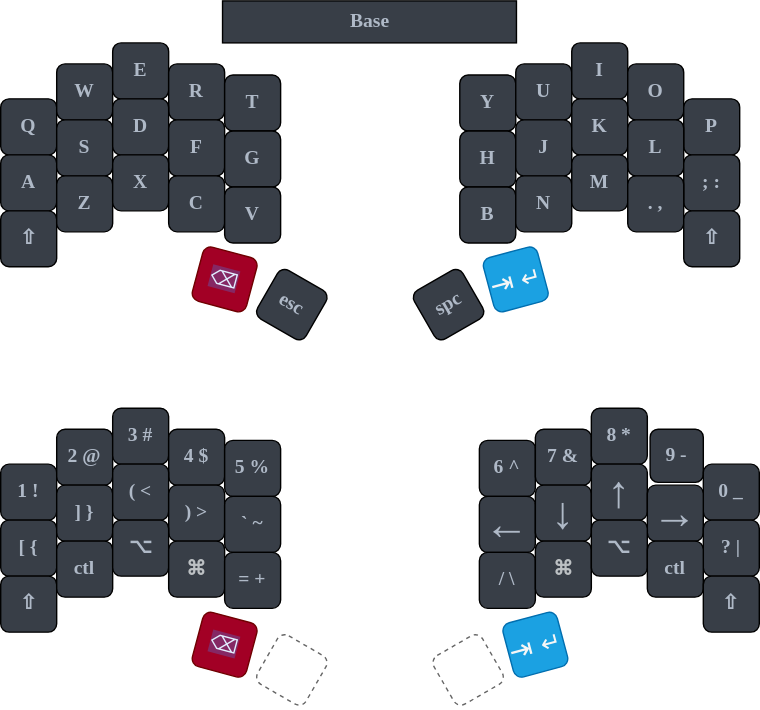
This is keyboard_map.drawio.svg from jakdept/zmk-sweep, a draw.io export, as it was before one commit. Source tidied: cells renumbered, new cells last; positions are measured from the earlier drawing's top-left corner, leaving out a move shared by most shapes.
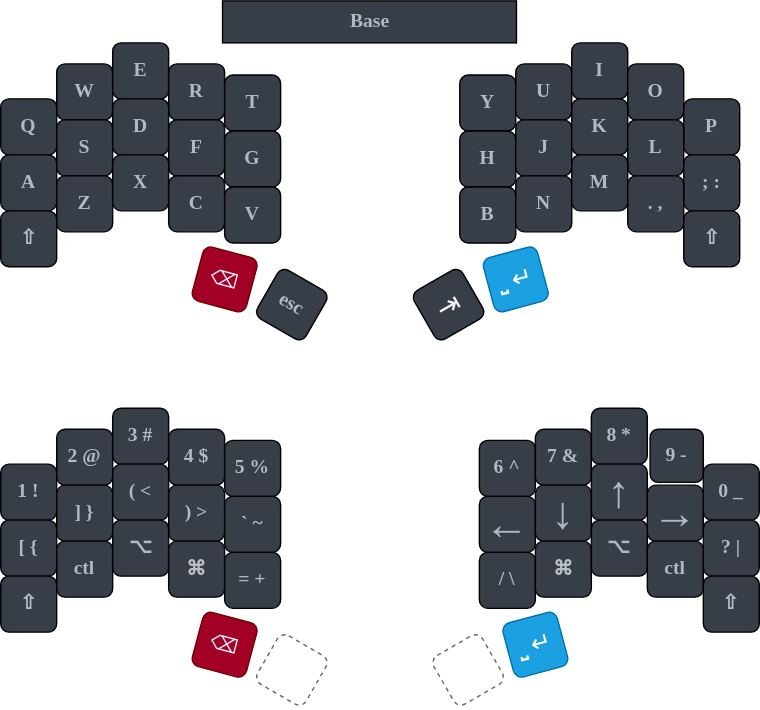
After the change.

Commit message:
switched space and tab

The edit, as a diff of the source:
```diff
@@ -47,7 +47,7 @@
     <mxCell id="16" value="V" style="whiteSpace=wrap;html=1;fontSize=14;fontFamily=Verdana;fontStyle=1;fontColor=#AFB9C7;fillColor=#383E47;rounded=1;" parent="1" vertex="1">
       <mxGeometry x="160" y="133" width="40" height="40" as="geometry" />
     </mxCell>
-    <mxCell id="17" value="&lt;span style=&quot;background-color: rgba(66, 133, 244, 0.3); color: rgb(226, 238, 255); font-weight: 500; font-family: &amp;quot;Google Sans&amp;quot;, arial, sans-serif; font-size: 14px; text-align: left;&quot;&gt;⌫&lt;/span&gt;" style="whiteSpace=wrap;html=1;rotation=15;fontSize=14;fontFamily=Verdana;fontStyle=1;fillColor=#a20025;strokeColor=#6F0000;fontColor=#ffffff;rounded=1;" parent="1" vertex="1">
+    <mxCell id="17" value="&lt;span style=&quot;color: rgb(226, 238, 255); font-weight: 500; font-family: &amp;quot;Google Sans&amp;quot;, arial, sans-serif; font-size: 14px; text-align: left;&quot;&gt;⌫&lt;/span&gt;" style="whiteSpace=wrap;html=1;rotation=15;fontSize=14;fontFamily=Verdana;fontStyle=1;fillColor=#a20025;strokeColor=#6F0000;fontColor=#ffffff;rounded=1;" parent="1" vertex="1">
       <mxGeometry x="140" y="179" width="40" height="40" as="geometry" />
     </mxCell>
     <mxCell id="18" value="&lt;span style=&quot;font-family: &amp;quot;segoe ui emoji&amp;quot;, &amp;quot;apple color emoji&amp;quot;, &amp;quot;noto color emoji&amp;quot;; font-size: 14px;&quot;&gt;&lt;font style=&quot;font-size: 14px;&quot;&gt;esc&lt;/font&gt;&lt;/span&gt;" style="whiteSpace=wrap;html=1;rotation=30;fontSize=14;fontFamily=Verdana;fontStyle=1;fontColor=#AFB9C7;fillColor=#383E47;rounded=1;" parent="1" vertex="1">
@@ -98,10 +98,10 @@
     <mxCell id="33" value="&lt;span style=&quot;font-family: &amp;quot;segoe ui emoji&amp;quot;, &amp;quot;apple color emoji&amp;quot;, &amp;quot;noto color emoji&amp;quot;; font-size: 14px;&quot;&gt;⇧&lt;/span&gt;" style="whiteSpace=wrap;html=1;fontSize=14;fontFamily=Verdana;fontStyle=1;fontColor=#AFB9C7;fillColor=#383E47;rounded=1;" parent="1" vertex="1">
       <mxGeometry x="488" y="150" width="40" height="40" as="geometry" />
     </mxCell>
-    <mxCell id="34" value="spc" style="whiteSpace=wrap;html=1;rotation=-30;fontSize=14;fontFamily=Verdana;fontStyle=1;fontColor=#AFB9C7;fillColor=#383E47;rounded=1;" parent="1" vertex="1">
+    <mxCell id="34" value="&lt;span style=&quot;font-family: &amp;quot;Google Sans&amp;quot;, arial, sans-serif; font-size: 20px; font-weight: 500; text-align: left;&quot;&gt;&lt;font style=&quot;&quot; color=&quot;#f6f6f6&quot;&gt;⇥&lt;/font&gt;&lt;/span&gt;" style="whiteSpace=wrap;html=1;rotation=-30;fontSize=14;fontFamily=Verdana;fontStyle=1;fontColor=#AFB9C7;fillColor=#383E47;rounded=1;" parent="1" vertex="1">
       <mxGeometry x="300" y="197" width="40" height="40" as="geometry" />
     </mxCell>
-    <mxCell id="35" value="&lt;span style=&quot;color: rgb(246, 246, 246); font-weight: 500; font-family: &amp;quot;Google Sans&amp;quot;, arial, sans-serif; font-size: 20px; text-align: left;&quot;&gt;⇥&lt;/span&gt;&lt;span style=&quot;color: rgb(246, 246, 246); caret-color: rgb(32, 33, 34); font-family: sans-serif; font-size: 17.5px; font-weight: 400; text-align: start;&quot;&gt;↵&lt;/span&gt;" style="whiteSpace=wrap;html=1;rotation=-15;fontSize=14;fontFamily=Verdana;fontStyle=1;fillColor=#1ba1e2;strokeColor=#006EAF;fontColor=#ffffff;rounded=1;" parent="1" vertex="1">
+    <mxCell id="35" value="&lt;span style=&quot;background-color: rgb(27, 161, 226);&quot;&gt;&lt;span style=&quot;caret-color: rgb(189, 193, 198); font-family: &amp;quot;Google Sans&amp;quot;, arial, sans-serif; text-align: left;&quot;&gt;⎵&amp;nbsp;&amp;nbsp;&lt;/span&gt;&lt;span style=&quot;caret-color: rgb(32, 33, 34); text-align: start;&quot;&gt;&lt;font face=&quot;sans-serif&quot;&gt;&lt;span style=&quot;font-size: 17.5px; font-weight: 400;&quot;&gt;↵&lt;/span&gt;&lt;/font&gt;&lt;/span&gt;&lt;/span&gt;" style="whiteSpace=wrap;html=1;rotation=-15;fontSize=14;fontFamily=Verdana;fontStyle=1;fillColor=#1ba1e2;strokeColor=#006EAF;fontColor=#ffffff;rounded=1;" parent="1" vertex="1">
       <mxGeometry x="348" y="179" width="40" height="40" as="geometry" />
     </mxCell>
     <mxCell id="36" value="&lt;b style=&quot;font-size: 14px;&quot;&gt;Base&lt;/b&gt;" style="rounded=0;whiteSpace=wrap;html=1;fontFamily=Verdana;fontSize=14;fontColor=#AFB9C7;fillColor=#383E47;" parent="1" vertex="1">
@@ -203,10 +203,10 @@
     <mxCell id="68" style="whiteSpace=wrap;html=1;rotation=-30;fontSize=14;fontFamily=Verdana;fontStyle=1;fontColor=#AFB9C7;fillColor=none;rounded=1;strokeColor=#666666;dashed=1;" parent="1" vertex="1">
       <mxGeometry x="314" y="458" width="40" height="40" as="geometry" />
     </mxCell>
-    <mxCell id="69" value="&lt;font color=&quot;#f6f6f6&quot;&gt;&lt;span style=&quot;border-color: rgb(0, 0, 0); font-style: normal; font-variant-ligatures: normal; font-variant-caps: normal; letter-spacing: normal; orphans: 2; text-indent: 0px; text-transform: none; widows: 2; word-spacing: 0px; -webkit-text-stroke-width: 0px; text-decoration-thickness: initial; text-decoration-style: initial; text-decoration-color: initial; font-weight: 500; font-family: &amp;quot;Google Sans&amp;quot;, arial, sans-serif; font-size: 20px; text-align: left;&quot;&gt;⇥&lt;/span&gt;&lt;span style=&quot;border-color: rgb(0, 0, 0); font-style: normal; font-variant-ligatures: normal; font-variant-caps: normal; letter-spacing: normal; orphans: 2; text-indent: 0px; text-transform: none; widows: 2; word-spacing: 0px; -webkit-text-stroke-width: 0px; text-decoration-thickness: initial; text-decoration-style: initial; text-decoration-color: initial; caret-color: rgb(32, 33, 34); font-family: sans-serif; font-size: 17.5px; font-weight: 400; text-align: start;&quot;&gt;↵&lt;/span&gt;&lt;/font&gt;" style="whiteSpace=wrap;html=1;rotation=-15;fontSize=14;fontFamily=Verdana;fontStyle=1;fillColor=#1ba1e2;strokeColor=#006EAF;fontColor=#ffffff;rounded=1;" parent="1" vertex="1">
+    <mxCell id="69" value="&lt;span style=&quot;background-color: rgb(27, 161, 226);&quot;&gt;&lt;span style=&quot;caret-color: rgb(189, 193, 198); font-family: &amp;quot;Google Sans&amp;quot;, arial, sans-serif; text-align: left;&quot;&gt;⎵&amp;nbsp;&lt;/span&gt;&lt;span style=&quot;border-color: rgb(0, 0, 0); font-style: normal; font-variant-ligatures: normal; font-variant-caps: normal; letter-spacing: normal; orphans: 2; text-indent: 0px; text-transform: none; widows: 2; word-spacing: 0px; -webkit-text-stroke-width: 0px; text-decoration-thickness: initial; text-decoration-style: initial; text-decoration-color: initial; caret-color: rgb(32, 33, 34); font-family: sans-serif; font-size: 17.5px; font-weight: 400; text-align: start;&quot;&gt;↵&lt;/span&gt;&lt;/span&gt;" style="whiteSpace=wrap;html=1;rotation=-15;fontSize=14;fontFamily=Verdana;fontStyle=1;fillColor=#1ba1e2;strokeColor=#006EAF;fontColor=#ffffff;rounded=1;" parent="1" vertex="1">
       <mxGeometry x="362" y="440" width="40" height="40" as="geometry" />
     </mxCell>
-    <mxCell id="70" value="&lt;span style=&quot;background-color: rgba(66, 133, 244, 0.3); color: rgb(226, 238, 255); font-weight: 500; font-family: &amp;quot;Google Sans&amp;quot;, arial, sans-serif; font-size: 14px; text-align: left;&quot;&gt;⌫&lt;/span&gt;" style="whiteSpace=wrap;html=1;rotation=15;fontSize=14;fontFamily=Verdana;fontStyle=1;fillColor=#a20025;strokeColor=#6F0000;fontColor=#ffffff;rounded=1;" parent="1" vertex="1">
+    <mxCell id="70" value="&lt;span style=&quot;color: rgb(226, 238, 255); font-weight: 500; font-family: &amp;quot;Google Sans&amp;quot;, arial, sans-serif; font-size: 14px; text-align: left;&quot;&gt;⌫&lt;/span&gt;" style="whiteSpace=wrap;html=1;rotation=15;fontSize=14;fontFamily=Verdana;fontStyle=1;fillColor=#a20025;strokeColor=#6F0000;fontColor=#ffffff;rounded=1;" parent="1" vertex="1">
       <mxGeometry x="140" y="440" width="40" height="40" as="geometry" />
     </mxCell>
   </root>
```
